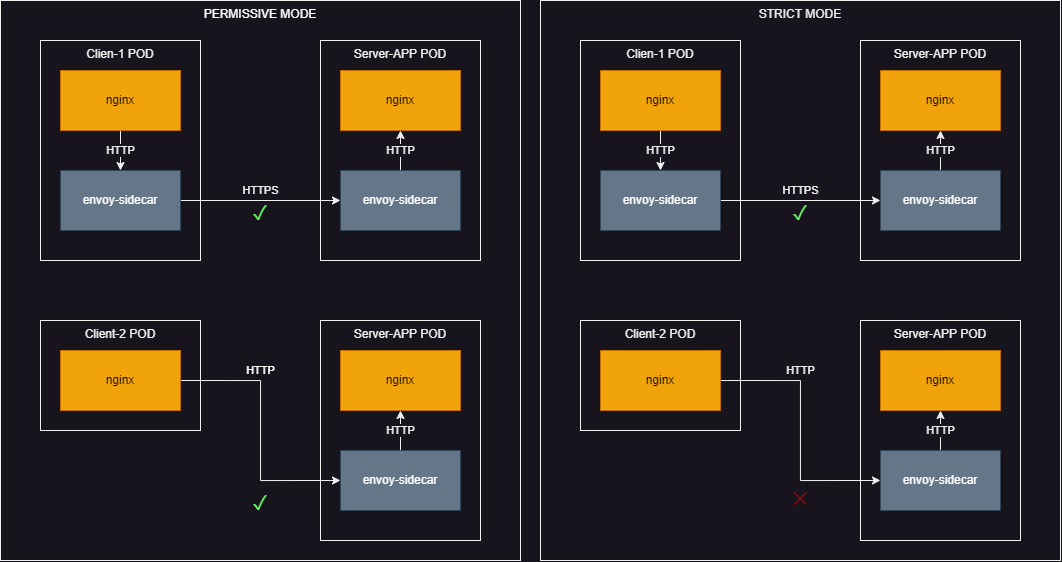
The draw.io diagram 01_Technical/istio-mtls.png in ikrozhkov/opsfleet, before a commit. Source tidied: cells renumbered, new cells last; positions are measured from the earlier drawing's top-left corner, leaving out a move shared by most shapes.
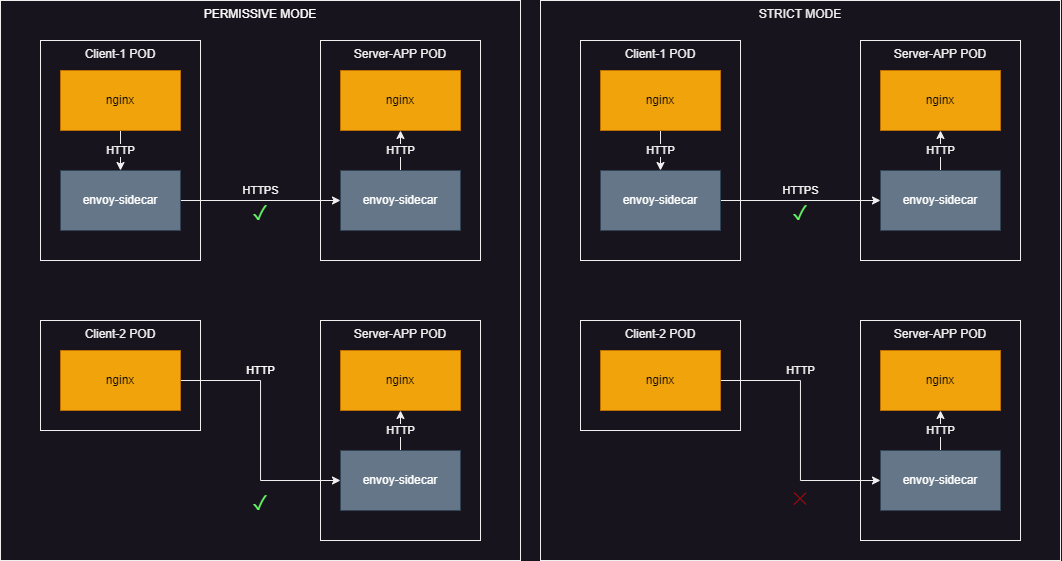
Above is the later version.

Change to the diagram source:
```diff
@@ -8,7 +8,7 @@
     <mxCell id="3" value="Server-APP POD" style="rounded=0;whiteSpace=wrap;html=1;verticalAlign=top;" parent="1" vertex="1">
       <mxGeometry x="320" y="40" width="160" height="220" as="geometry" />
     </mxCell>
-    <mxCell id="4" value="Clien-1 POD" style="rounded=0;whiteSpace=wrap;html=1;verticalAlign=top;" parent="1" vertex="1">
+    <mxCell id="4" value="Client-1 POD" style="rounded=0;whiteSpace=wrap;html=1;verticalAlign=top;" parent="1" vertex="1">
       <mxGeometry x="40" y="40" width="160" height="220" as="geometry" />
     </mxCell>
     <mxCell id="5" value="HTTP" style="edgeStyle=orthogonalEdgeStyle;rounded=0;jettySize=auto;html=1;" parent="1" edge="1" source="6" target="8">
@@ -61,7 +61,7 @@
     <mxCell id="20" value="Server-APP POD" style="rounded=0;whiteSpace=wrap;html=1;verticalAlign=top;" parent="1" vertex="1">
       <mxGeometry x="860" y="40" width="160" height="220" as="geometry" />
     </mxCell>
-    <mxCell id="21" value="Clien-1 POD" style="rounded=0;whiteSpace=wrap;html=1;verticalAlign=top;" parent="1" vertex="1">
+    <mxCell id="21" value="Client-1 POD" style="rounded=0;whiteSpace=wrap;html=1;verticalAlign=top;" parent="1" vertex="1">
       <mxGeometry x="580" y="40" width="160" height="220" as="geometry" />
     </mxCell>
     <mxCell id="22" value="HTTP" style="edgeStyle=orthogonalEdgeStyle;rounded=0;jettySize=auto;html=1;" parent="1" edge="1" source="23" target="25">
```
